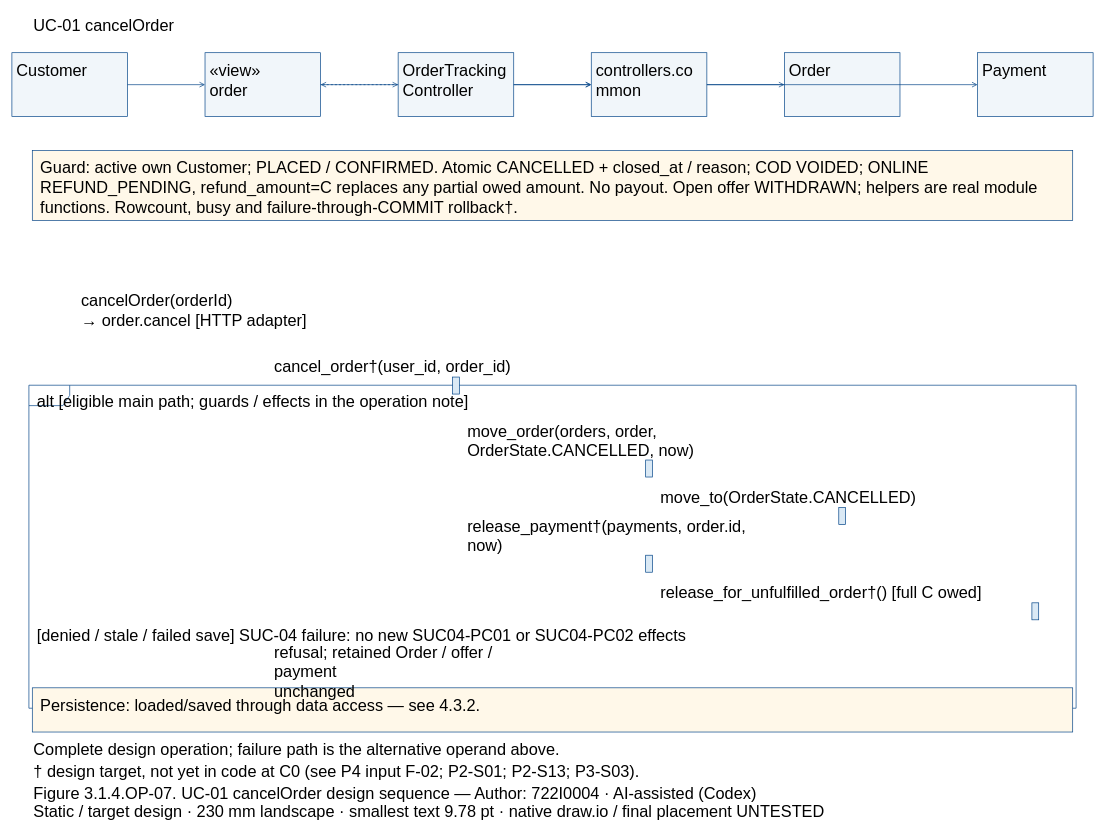
Above: models/UC-01/seq_uc01_cancelOrder.drawio in Dat071104/SaigonBite (draw.io), before the change. Source tidied: cells renumbered, new cells numbered last; positions are measured from the earlier drawing's top-left corner, leaving out a move shared by most shapes. Both pictures are drawn from the tidied source at 68%, with x=0, y=0 at pixel (12, 12).
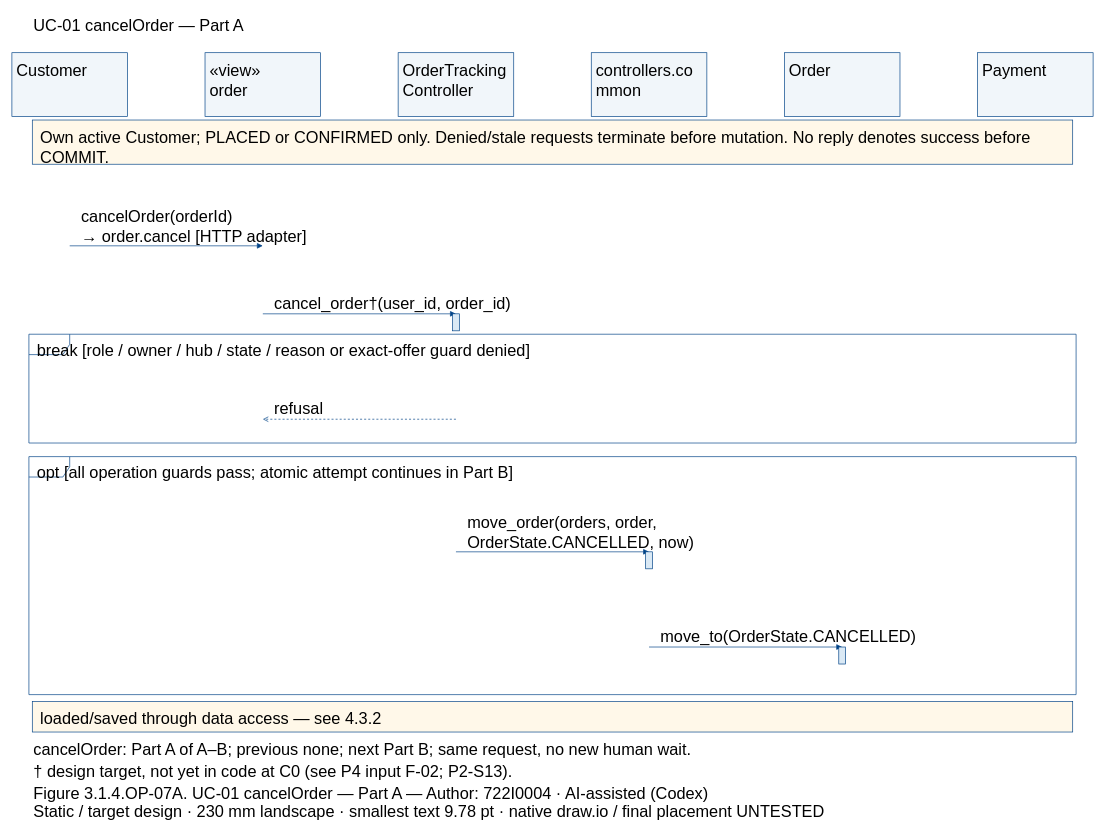
After the change.

The change refers to these unchanged cells:
```xml
<mxCell id="3" style="fillColor=#F1F6FA;strokeColor=#004387;fontFamily=Arial;fontSize=24;whiteSpace=wrap;html=0;" parent="1" vertex="1">
  <mxGeometry y="60" width="170" height="94" as="geometry" />
</mxCell>
<mxCell id="5" style="fillColor=#F1F6FA;strokeColor=#004387;fontFamily=Arial;fontSize=24;whiteSpace=wrap;html=0;" parent="1" vertex="1">
  <mxGeometry x="284" y="60" width="170" height="94" as="geometry" />
</mxCell>
<mxCell id="7" style="fillColor=#F1F6FA;strokeColor=#004387;fontFamily=Arial;fontSize=24;whiteSpace=wrap;html=0;" parent="1" vertex="1">
  <mxGeometry x="568" y="60" width="170" height="94" as="geometry" />
</mxCell>
<mxCell id="9" style="fillColor=#F1F6FA;strokeColor=#004387;fontFamily=Arial;fontSize=24;whiteSpace=wrap;html=0;" parent="1" vertex="1">
  <mxGeometry x="852" y="60" width="170" height="94" as="geometry" />
</mxCell>
<mxCell id="11" style="fillColor=#F1F6FA;strokeColor=#004387;fontFamily=Arial;fontSize=24;whiteSpace=wrap;html=0;" parent="1" vertex="1">
  <mxGeometry x="1136" y="60" width="170" height="94" as="geometry" />
</mxCell>
<mxCell id="13" style="fillColor=#F1F6FA;strokeColor=#004387;fontFamily=Arial;fontSize=24;whiteSpace=wrap;html=0;" parent="1" vertex="1">
  <mxGeometry x="1420" y="60" width="170" height="94" as="geometry" />
</mxCell>
```

What changed in the source:
```diff
@@
-    <mxCell id="2" value="UC-01 cancelOrder" style="text;align=left;verticalAlign=top;strokeColor=none;fillColor=none;fontFamily=Arial;fontSize=24;whiteSpace=wrap;html=0;" parent="1" vertex="1">
+    <mxCell id="2" value="UC-01 cancelOrder — Part A" style="text;align=left;verticalAlign=top;strokeColor=none;fillColor=none;fontFamily=Arial;fontSize=24;whiteSpace=wrap;html=0;" parent="1" vertex="1">
       <mxGeometry x="30" width="1530" height="32.2" as="geometry" />
     </mxCell>
@@
-    <mxCell id="15" style="fillColor=white;strokeColor=#004387;shape=umlFrame;fillColor=none;fontFamily=Arial;fontSize=24;whiteSpace=wrap;html=0;" parent="1" vertex="1">
-      <mxGeometry x="25" y="549" width="1540" height="475" as="geometry" />
-    </mxCell>
-    <mxCell id="16" value="alt [eligible main path; guards / effects in the operation note]" style="text;align=left;verticalAlign=top;strokeColor=none;fillColor=none;fontFamily=Arial;fontSize=24;whiteSpace=wrap;html=0;" parent="1" vertex="1">
-      <mxGeometry x="35" y="552" width="1520" height="27.6" as="geometry" />
-    </mxCell>
-    <mxCell id="17" value="[denied / stale / failed save] SUC-04 failure: no new SUC04-PC01 or SUC04-PC02 effects" style="text;align=left;verticalAlign=top;strokeColor=none;fillColor=none;fontFamily=Arial;fontSize=24;whiteSpace=wrap;html=0;" parent="1" vertex="1">
-      <mxGeometry x="35" y="897" width="1520" height="27.6" as="geometry" />
-    </mxCell>
-    <mxCell id="18" style="fillColor=#FFF8E9;strokeColor=#004387;fontFamily=Arial;fontSize=24;whiteSpace=wrap;html=0;" parent="1" vertex="1">
-      <mxGeometry x="30" y="204" width="1530" height="102.8" as="geometry" />
-    </mxCell>
-    <mxCell id="19" value="Guard: active own Customer; PLACED / CONFIRMED. Atomic CANCELLED + closed_at / reason; COD VOIDED; ONLINE&#10;REFUND_PENDING, refund_amount=C replaces any partial owed amount. No payout. Open offer WITHDRAWN; helpers are real module&#10;functions. Rowcount, busy and failure-through-COMMIT rollback†." style="text;align=left;verticalAlign=top;strokeColor=none;fillColor=none;fontFamily=Arial;fontSize=24;whiteSpace=wrap;html=0;" parent="1" vertex="1">
-      <mxGeometry x="40" y="209" width="1510" height="82.8" as="geometry" />
-    </mxCell>
-    <mxCell id="20" style="fillColor=#FFF8E9;strokeColor=#004387;fontFamily=Arial;fontSize=24;whiteSpace=wrap;html=0;" parent="1" vertex="1">
-      <mxGeometry x="30" y="994" width="1530" height="65" as="geometry" />
-    </mxCell>
-    <mxCell id="21" value="Persistence: loaded/saved through data access — see 4.3.2." style="text;align=left;verticalAlign=top;strokeColor=none;fillColor=none;fontFamily=Arial;fontSize=24;whiteSpace=wrap;html=0;" parent="1" vertex="1">
-      <mxGeometry x="40" y="999" width="1510" height="27.6" as="geometry" />
-    </mxCell>
-    <mxCell id="22" style="edgeStyle=none;endArrow=open;strokeColor=#004387;" parent="1" edge="1" source="3" target="5">
-      <mxGeometry relative="1" as="geometry" />
-    </mxCell>
+    <mxCell id="45" style="fillColor=white;strokeColor=#004387;shape=umlFrame;fillColor=none;fontFamily=Arial;fontSize=24;whiteSpace=wrap;html=0;" parent="1" vertex="1">
+      <mxGeometry x="25" y="474" width="1540" height="160" as="geometry" />
+    </mxCell>
+    <mxCell id="46" value="break [role / owner / hub / state / reason or exact-offer guard denied]" style="text;align=left;verticalAlign=top;strokeColor=none;fillColor=none;fontFamily=Arial;fontSize=24;whiteSpace=wrap;html=0;" parent="1" vertex="1">
+      <mxGeometry x="35" y="477" width="1520" height="27.6" as="geometry" />
+    </mxCell>
+    <mxCell id="47" style="fillColor=white;strokeColor=#004387;shape=umlFrame;fillColor=none;fontFamily=Arial;fontSize=24;whiteSpace=wrap;html=0;" parent="1" vertex="1">
+      <mxGeometry x="25" y="654" width="1540" height="350" as="geometry" />
+    </mxCell>
+    <mxCell id="48" value="opt [all operation guards pass; atomic attempt continues in Part B]" style="text;align=left;verticalAlign=top;strokeColor=none;fillColor=none;fontFamily=Arial;fontSize=24;whiteSpace=wrap;html=0;" parent="1" vertex="1">
+      <mxGeometry x="35" y="657" width="1520" height="27.6" as="geometry" />
+    </mxCell>
+    <mxCell id="49" style="fillColor=#FFF8E9;strokeColor=#004387;fontFamily=Arial;fontSize=24;whiteSpace=wrap;html=0;" parent="1" vertex="1">
+      <mxGeometry x="30" y="159" width="1530" height="65" as="geometry" />
+    </mxCell>
+    <mxCell id="50" value="Own active Customer; PLACED or CONFIRMED only. Denied/stale requests terminate before mutation. No reply denotes success before&#10;COMMIT." style="text;align=left;verticalAlign=top;strokeColor=none;fillColor=none;fontFamily=Arial;fontSize=24;whiteSpace=wrap;html=0;" parent="1" vertex="1">
+      <mxGeometry x="40" y="164" width="1510" height="55.2" as="geometry" />
+    </mxCell>
+    <mxCell id="51" style="fillColor=#FFF8E9;strokeColor=#004387;fontFamily=Arial;fontSize=24;whiteSpace=wrap;html=0;" parent="1" vertex="1">
+      <mxGeometry x="30" y="1014" width="1530" height="45" as="geometry" />
+    </mxCell>
+    <mxCell id="52" value="loaded/saved through data access — see 4.3.2" style="text;align=left;verticalAlign=top;strokeColor=none;fillColor=none;fontFamily=Arial;fontSize=24;whiteSpace=wrap;html=0;" parent="1" vertex="1">
+      <mxGeometry x="40" y="1019" width="1510" height="27.6" as="geometry" />
+    </mxCell>
+    <mxCell id="53" style="opacity=0;strokeColor=none;fillColor=none;fontFamily=Arial;fontSize=24;whiteSpace=wrap;html=0;" parent="1" vertex="1">
+      <mxGeometry x="84.5" y="343.5" width="1" height="1" as="geometry" />
+    </mxCell>
+    <mxCell id="54" style="opacity=0;strokeColor=none;fillColor=none;fontFamily=Arial;fontSize=24;whiteSpace=wrap;html=0;" parent="1" vertex="1">
+      <mxGeometry x="368.5" y="343.5" width="1" height="1" as="geometry" />
+    </mxCell>
+    <mxCell id="55" style="edgeStyle=none;endArrow=block;endFill=1;strokeColor=#004387;exitX=0.5;exitY=0.5;exitPerimeter=0;entryX=0.5;entryY=0.5;entryPerimeter=0;" parent="1" edge="1" source="53" target="54">
+      <mxGeometry relative="1" as="geometry" />
+    </mxCell>
     <mxCell id="23" value="cancelOrder(orderId)&#10;→ order.cancel [HTTP adapter]" style="text;align=left;verticalAlign=top;strokeColor=none;fillColor=none;fontFamily=Arial;fontSize=24;whiteSpace=wrap;html=0;" parent="1" vertex="1">
-      <mxGeometry x="100" y="403.8" width="420" height="55.2" as="geometry" />
+      <mxGeometry x="100" y="280.8" width="420" height="55.2" as="geometry" />
     </mxCell>
-    <mxCell id="24" style="edgeStyle=none;endArrow=open;strokeColor=#004387;" parent="1" edge="1" source="5" target="7">
-      <mxGeometry relative="1" as="geometry" />
-    </mxCell>
+    <mxCell id="56" style="opacity=0;strokeColor=none;fillColor=none;fontFamily=Arial;fontSize=24;whiteSpace=wrap;html=0;" parent="1" vertex="1">
+      <mxGeometry x="368.5" y="443.5" width="1" height="1" as="geometry" />
+    </mxCell>
+    <mxCell id="57" style="opacity=0;strokeColor=none;fillColor=none;fontFamily=Arial;fontSize=24;whiteSpace=wrap;html=0;" parent="1" vertex="1">
+      <mxGeometry x="652.5" y="443.5" width="1" height="1" as="geometry" />
+    </mxCell>
+    <mxCell id="58" style="edgeStyle=none;endArrow=block;endFill=1;strokeColor=#004387;exitX=0.5;exitY=0.5;exitPerimeter=0;entryX=0.5;entryY=0.5;entryPerimeter=0;" parent="1" edge="1" source="56" target="57">
+      <mxGeometry relative="1" as="geometry" />
+    </mxCell>
     <mxCell id="25" value="cancel_order†(user_id, order_id)" style="text;align=left;verticalAlign=top;strokeColor=none;fillColor=none;fontFamily=Arial;fontSize=24;whiteSpace=wrap;html=0;" parent="1" vertex="1">
-      <mxGeometry x="384" y="501.4" width="420" height="27.6" as="geometry" />
+      <mxGeometry x="384" y="408.4" width="420" height="27.6" as="geometry" />
     </mxCell>
-    <mxCell id="26" style="fillColor=#DAE9F5;strokeColor=#004387;fontFamily=Arial;fontSize=24;whiteSpace=wrap;html=0;" parent="1" vertex="1">
-      <mxGeometry x="648" y="537" width="10" height="25" as="geometry" />
-    </mxCell>
-    <mxCell id="27" style="edgeStyle=none;endArrow=open;strokeColor=#004387;" parent="1" edge="1" source="7" target="9">
-      <mxGeometry relative="1" as="geometry" />
-    </mxCell>
+    <mxCell id="59" style="fillColor=#DAE9F5;strokeColor=#004387;fontFamily=Arial;fontSize=24;whiteSpace=wrap;html=0;" parent="1" vertex="1">
+      <mxGeometry x="648" y="444" width="10" height="25" as="geometry" />
+    </mxCell>
+    <mxCell id="60" style="opacity=0;strokeColor=none;fillColor=none;fontFamily=Arial;fontSize=24;whiteSpace=wrap;html=0;" parent="1" vertex="1">
+      <mxGeometry x="652.5" y="598.5" width="1" height="1" as="geometry" />
+    </mxCell>
+    <mxCell id="61" style="opacity=0;strokeColor=none;fillColor=none;fontFamily=Arial;fontSize=24;whiteSpace=wrap;html=0;" parent="1" vertex="1">
+      <mxGeometry x="368.5" y="598.5" width="1" height="1" as="geometry" />
+    </mxCell>
+    <mxCell id="62" style="edgeStyle=none;endArrow=open;endFill=0;dashed=1;strokeColor=#004387;exitX=0.5;exitY=0.5;exitPerimeter=0;entryX=0.5;entryY=0.5;entryPerimeter=0;" parent="1" edge="1" source="60" target="61">
+      <mxGeometry relative="1" as="geometry" />
+    </mxCell>
+    <mxCell id="63" value="refusal" style="text;align=left;verticalAlign=top;strokeColor=none;fillColor=none;fontFamily=Arial;fontSize=24;whiteSpace=wrap;html=0;" parent="1" vertex="1">
+      <mxGeometry x="384" y="563.4" width="420" height="27.6" as="geometry" />
+    </mxCell>
+    <mxCell id="64" style="opacity=0;strokeColor=none;fillColor=none;fontFamily=Arial;fontSize=24;whiteSpace=wrap;html=0;" parent="1" vertex="1">
+      <mxGeometry x="652.5" y="793.5" width="1" height="1" as="geometry" />
+    </mxCell>
+    <mxCell id="65" style="opacity=0;strokeColor=none;fillColor=none;fontFamily=Arial;fontSize=24;whiteSpace=wrap;html=0;" parent="1" vertex="1">
+      <mxGeometry x="936.5" y="793.5" width="1" height="1" as="geometry" />
+    </mxCell>
+    <mxCell id="66" style="edgeStyle=none;endArrow=block;endFill=1;strokeColor=#004387;exitX=0.5;exitY=0.5;exitPerimeter=0;entryX=0.5;entryY=0.5;entryPerimeter=0;" parent="1" edge="1" source="64" target="65">
+      <mxGeometry relative="1" as="geometry" />
+    </mxCell>
     <mxCell id="28" value="move_order(orders, order,&#10;OrderState.CANCELLED, now)" style="text;align=left;verticalAlign=top;strokeColor=none;fillColor=none;fontFamily=Arial;fontSize=24;whiteSpace=wrap;html=0;" parent="1" vertex="1">
-      <mxGeometry x="668" y="595.8" width="420" height="55.2" as="geometry" />
+      <mxGeometry x="668" y="730.8" width="420" height="55.2" as="geometry" />
     </mxCell>
-    <mxCell id="29" style="fillColor=#DAE9F5;strokeColor=#004387;fontFamily=Arial;fontSize=24;whiteSpace=wrap;html=0;" parent="1" vertex="1">
-      <mxGeometry x="932" y="659" width="10" height="25" as="geometry" />
-    </mxCell>
-    <mxCell id="30" style="edgeStyle=none;endArrow=open;strokeColor=#004387;" parent="1" edge="1" source="9" target="11">
-      <mxGeometry relative="1" as="geometry" />
-    </mxCell>
+    <mxCell id="32" style="fillColor=#DAE9F5;strokeColor=#004387;fontFamily=Arial;fontSize=24;whiteSpace=wrap;html=0;" parent="1" vertex="1">
+      <mxGeometry x="932" y="794" width="10" height="25" as="geometry" />
+    </mxCell>
+    <mxCell id="67" style="opacity=0;strokeColor=none;fillColor=none;fontFamily=Arial;fontSize=24;whiteSpace=wrap;html=0;" parent="1" vertex="1">
+      <mxGeometry x="936.5" y="933.5" width="1" height="1" as="geometry" />
+    </mxCell>
+    <mxCell id="68" style="opacity=0;strokeColor=none;fillColor=none;fontFamily=Arial;fontSize=24;whiteSpace=wrap;html=0;" parent="1" vertex="1">
+      <mxGeometry x="1220.5" y="933.5" width="1" height="1" as="geometry" />
+    </mxCell>
+    <mxCell id="69" style="edgeStyle=none;endArrow=block;endFill=1;strokeColor=#004387;exitX=0.5;exitY=0.5;exitPerimeter=0;entryX=0.5;entryY=0.5;entryPerimeter=0;" parent="1" edge="1" source="67" target="68">
+      <mxGeometry relative="1" as="geometry" />
+    </mxCell>
     <mxCell id="31" value="move_to(OrderState.CANCELLED)" style="text;align=left;verticalAlign=top;strokeColor=none;fillColor=none;fontFamily=Arial;fontSize=24;whiteSpace=wrap;html=0;" parent="1" vertex="1">
-      <mxGeometry x="952" y="693.4" width="420" height="27.6" as="geometry" />
+      <mxGeometry x="952" y="898.4" width="420" height="27.6" as="geometry" />
     </mxCell>
-    <mxCell id="32" style="fillColor=#DAE9F5;strokeColor=#004387;fontFamily=Arial;fontSize=24;whiteSpace=wrap;html=0;" parent="1" vertex="1">
-      <mxGeometry x="1216" y="729" width="10" height="25" as="geometry" />
-    </mxCell>
-    <mxCell id="33" style="edgeStyle=none;endArrow=open;strokeColor=#004387;" parent="1" edge="1" source="7" target="9">
-      <mxGeometry relative="1" as="geometry" />
-    </mxCell>
-    <mxCell id="34" value="release_payment†(payments, order.id,&#10;now)" style="text;align=left;verticalAlign=top;strokeColor=none;fillColor=none;fontFamily=Arial;fontSize=24;whiteSpace=wrap;html=0;" parent="1" vertex="1">
-      <mxGeometry x="668" y="735.8" width="420" height="55.2" as="geometry" />
-    </mxCell>
     <mxCell id="35" style="fillColor=#DAE9F5;strokeColor=#004387;fontFamily=Arial;fontSize=24;whiteSpace=wrap;html=0;" parent="1" vertex="1">
-      <mxGeometry x="932" y="799" width="10" height="25" as="geometry" />
+      <mxGeometry x="1216" y="934" width="10" height="25" as="geometry" />
     </mxCell>
-    <mxCell id="36" style="edgeStyle=none;endArrow=open;strokeColor=#004387;" parent="1" edge="1" source="9" target="13">
-      <mxGeometry relative="1" as="geometry" />
-    </mxCell>
+    <mxCell id="70" value="cancelOrder: Part A of A–B; previous none; next Part B; same request, no new human wait." style="text;align=left;verticalAlign=top;strokeColor=none;fillColor=none;fontFamily=Arial;fontSize=24;whiteSpace=wrap;html=0;" parent="1" vertex="1">
+      <mxGeometry x="30" y="1064" width="1530" height="27.6" as="geometry" />
+    </mxCell>
-    <mxCell id="37" value="release_for_unfulfilled_order†() [full C owed]" style="text;align=left;verticalAlign=top;strokeColor=none;fillColor=none;fontFamily=Arial;fontSize=24;whiteSpace=wrap;html=0;" parent="1" vertex="1">
-      <mxGeometry x="952" y="833.4" width="538" height="27.6" as="geometry" />
+    <mxCell id="37" value="† design target, not yet in code at C0 (see P4 input F-02; P2-S13)." style="text;align=left;verticalAlign=top;strokeColor=none;fillColor=none;fontFamily=Arial;fontSize=24;whiteSpace=wrap;html=0;" parent="1" vertex="1">
+      <mxGeometry x="30" y="1096" width="1530" height="27.6" as="geometry" />
     </mxCell>
-    <mxCell id="38" style="fillColor=#DAE9F5;strokeColor=#004387;fontFamily=Arial;fontSize=24;whiteSpace=wrap;html=0;" parent="1" vertex="1">
-      <mxGeometry x="1500" y="869" width="10" height="25" as="geometry" />
-    </mxCell>
-    <mxCell id="39" style="edgeStyle=none;endArrow=open;dashed=1;strokeColor=#004387;" parent="1" edge="1" source="7" target="5">
-      <mxGeometry relative="1" as="geometry" />
-    </mxCell>
-    <mxCell id="40" value="refusal; retained Order / offer / payment&#10;unchanged" style="text;align=left;verticalAlign=top;strokeColor=none;fillColor=none;fontFamily=Arial;fontSize=24;whiteSpace=wrap;html=0;" parent="1" vertex="1">
-      <mxGeometry x="384" y="920.8" width="420" height="55.2" as="geometry" />
-    </mxCell>
-    <mxCell id="41" value="Complete design operation; failure path is the alternative operand above." style="text;align=left;verticalAlign=top;strokeColor=none;fillColor=none;fontFamily=Arial;fontSize=24;whiteSpace=wrap;html=0;" parent="1" vertex="1">
-      <mxGeometry x="30" y="1064" width="1530" height="27.6" as="geometry" />
-    </mxCell>
-    <mxCell id="42" value="† design target, not yet in code at C0 (see P4 input F-02; P2-S01; P2-S13; P3-S03)." style="text;align=left;verticalAlign=top;strokeColor=none;fillColor=none;fontFamily=Arial;fontSize=24;whiteSpace=wrap;html=0;" parent="1" vertex="1">
-      <mxGeometry x="30" y="1096" width="1530" height="27.6" as="geometry" />
-    </mxCell>
-    <mxCell id="43" value="Figure 3.1.4.OP-07. UC-01 cancelOrder design sequence — Author: 722I0004 · AI-assisted (Codex)" style="text;align=left;verticalAlign=top;strokeColor=none;fillColor=none;fontFamily=Arial;fontSize=24;whiteSpace=wrap;html=0;" parent="1" vertex="1">
-      <mxGeometry x="30" y="1129" width="1530" height="27.6" as="geometry" />
-    </mxCell>
+    <mxCell id="71" value="Figure 3.1.4.OP-07A. UC-01 cancelOrder — Part A — Author: 722I0004 · AI-assisted (Codex)" style="text;align=left;verticalAlign=top;strokeColor=none;fillColor=none;fontFamily=Arial;fontSize=24;whiteSpace=wrap;html=0;" parent="1" vertex="1">
+      <mxGeometry x="30" y="1129" width="1530" height="27.6" as="geometry" />
+    </mxCell>
```
